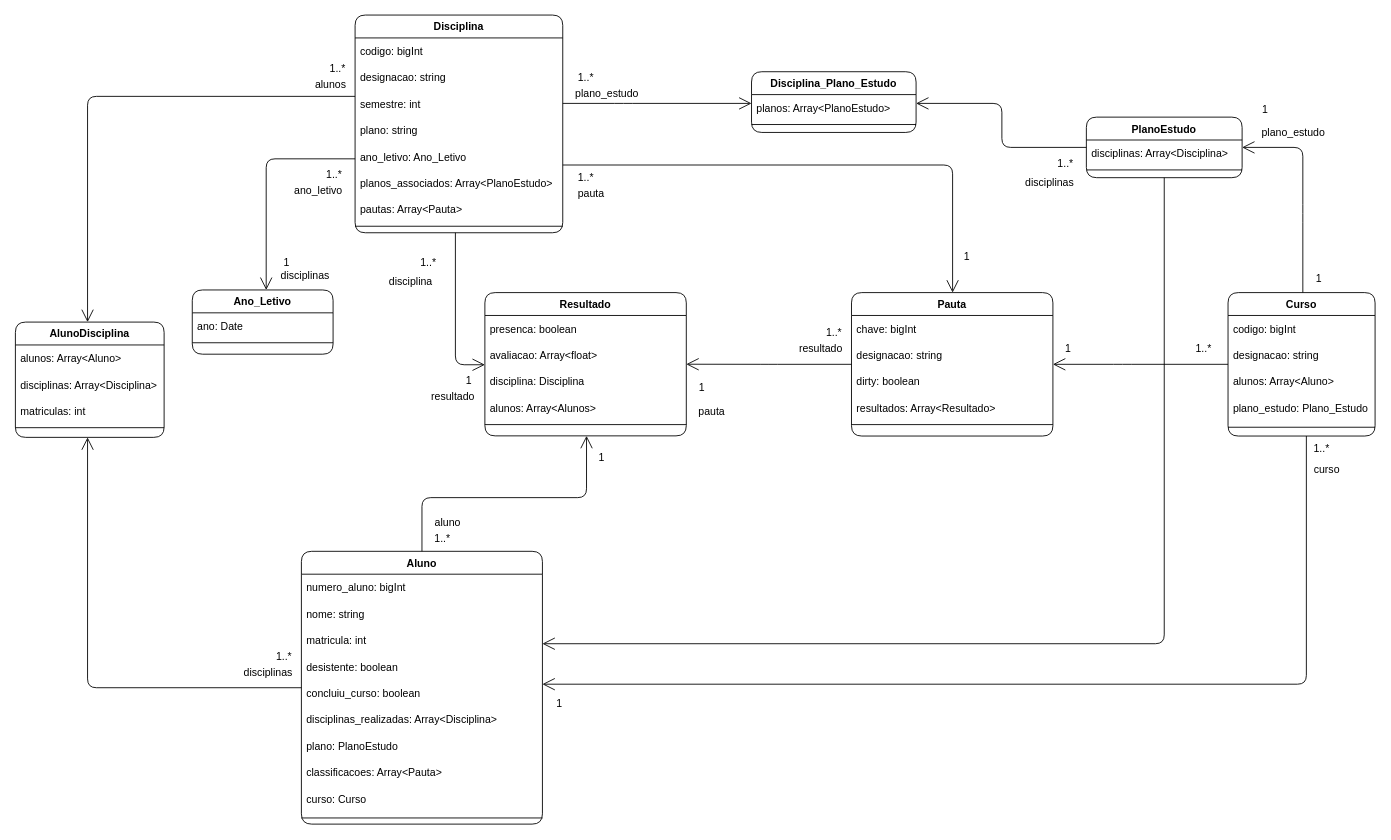
This is page "Domain" (1 of 2) of Docs/Diagrams.drawio from ruimpcastro/pweb2022, a draw.io file, before an edit. Source tidied: cells renumbered, new cells numbered last; positions are measured from the earlier drawing's top-left corner, leaving out a move shared by most shapes. Both pictures are drawn from the tidied source at 88%, with x=0, y=0 at pixel (15, 15).
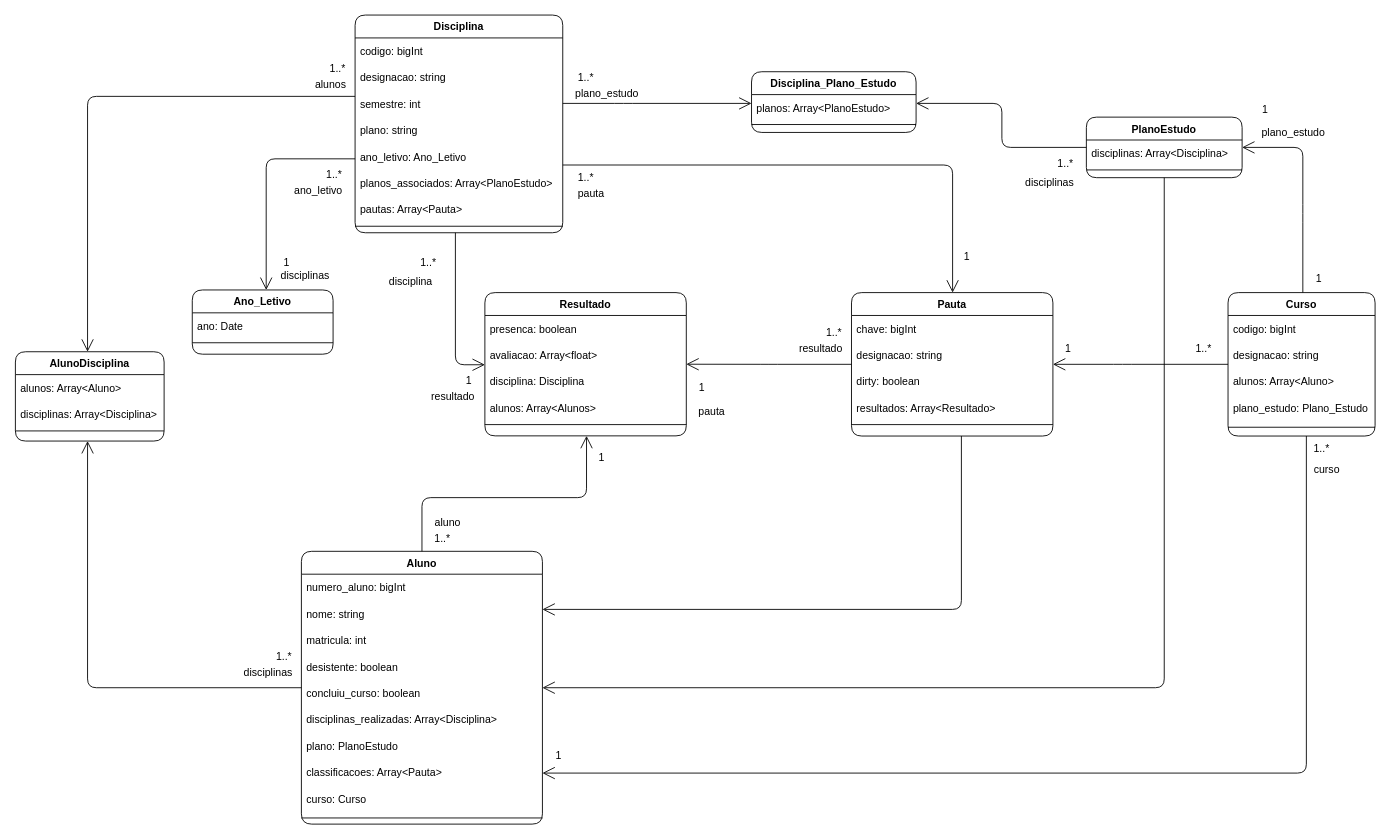
Above is the later version.

The change refers to these unchanged cells:
```xml
<mxCell id="2" value="Aluno" style="swimlane;fontStyle=1;align=center;verticalAlign=top;horizontal=1;startSize=26;shadow=0;strokeWidth=1;rounded=1;" parent="1" vertex="1">
  <mxGeometry x="325" y="609" width="273.9" height="310" as="geometry" />
</mxCell>
<mxCell id="22" value="Curso" style="swimlane;fontStyle=1;align=center;verticalAlign=top;horizontal=1;startSize=26;shadow=0;strokeWidth=1;rounded=1;" parent="1" vertex="1">
  <mxGeometry x="1378" y="315" width="167.1" height="163" as="geometry" />
</mxCell>
<mxCell id="28" value="PlanoEstudo" style="swimlane;fontStyle=1;align=center;verticalAlign=top;horizontal=1;startSize=26;shadow=0;strokeWidth=1;rounded=1;" parent="1" vertex="1">
  <mxGeometry x="1217" y="115.6" width="177" height="68.8" as="geometry" />
</mxCell>
<mxCell id="32" value="Pauta" style="swimlane;fontStyle=1;align=center;verticalAlign=top;horizontal=1;startSize=26;shadow=0;strokeWidth=1;rounded=1;" parent="1" vertex="1">
  <mxGeometry x="950.1" y="315" width="228.9" height="163" as="geometry" />
</mxCell>
```

Diff of the diagram source:
```diff
@@
     <mxCell id="39" style="endArrow=open;endFill=1;endSize=12;html=1;edgeStyle=orthogonalEdgeStyle;strokeColor=default;" parent="1" edge="1" source="22" target="2">
       <mxGeometry relative="1" as="geometry">
         <Array as="points">
-          <mxPoint x="1467" y="760" />
+          <mxPoint x="1467" y="861" />
         </Array>
       </mxGeometry>
     </mxCell>
     <mxCell id="40" value="AlunoDisciplina" style="swimlane;fontStyle=1;align=center;verticalAlign=top;horizontal=1;startSize=26;shadow=0;strokeWidth=1;rounded=1;" parent="1" vertex="1">
-      <mxGeometry y="348.5" width="169" height="131" as="geometry" />
+      <mxGeometry y="382.2" width="169" height="101.5" as="geometry" />
     </mxCell>
@@
-    <mxCell id="43" value="matriculas: int" style="text;strokeColor=none;fillColor=none;align=left;verticalAlign=middle;spacingLeft=4;spacingRight=4;overflow=hidden;rounded=1;" parent="40" vertex="1">
-      <mxGeometry y="86" width="169" height="30" as="geometry" />
-    </mxCell>
     <mxCell id="44" style="line;html=1;strokeWidth=1;align=left;verticalAlign=middle;spacingTop=-1;spacingLeft=3;spacingRight=3;labelPosition=right;rounded=1;" parent="40" vertex="1">
-      <mxGeometry y="116" width="169" height="8" as="geometry" />
+      <mxGeometry y="86" width="169" height="8" as="geometry" />
     </mxCell>
@@
     <mxCell id="49" value="1" style="text;html=1;align=center;verticalAlign=middle;strokeColor=none;fillColor=none;" parent="1" vertex="1">
-      <mxGeometry x="609" y="773" width="17" height="18" as="geometry" />
+      <mxGeometry x="608" y="833" width="17" height="18" as="geometry" />
     </mxCell>
@@
     <mxCell id="100" style="endArrow=open;endFill=1;endSize=12;html=1;edgeStyle=orthogonalEdgeStyle;strokeColor=default;" parent="1" edge="1" source="28" target="2">
       <mxGeometry relative="1" as="geometry">
         <Array as="points">
-          <mxPoint x="1306" y="714" />
+          <mxPoint x="1306" y="764" />
         </Array>
       </mxGeometry>
     </mxCell>
+    <mxCell id="101" style="endArrow=open;endFill=1;endSize=12;html=1;rounded=1;edgeStyle=orthogonalEdgeStyle;" parent="1" edge="1" source="32" target="2">
+      <mxGeometry relative="1" as="geometry">
+        <Array as="points">
+          <mxPoint x="1075" y="675" />
+        </Array>
+      </mxGeometry>
+    </mxCell>
```
